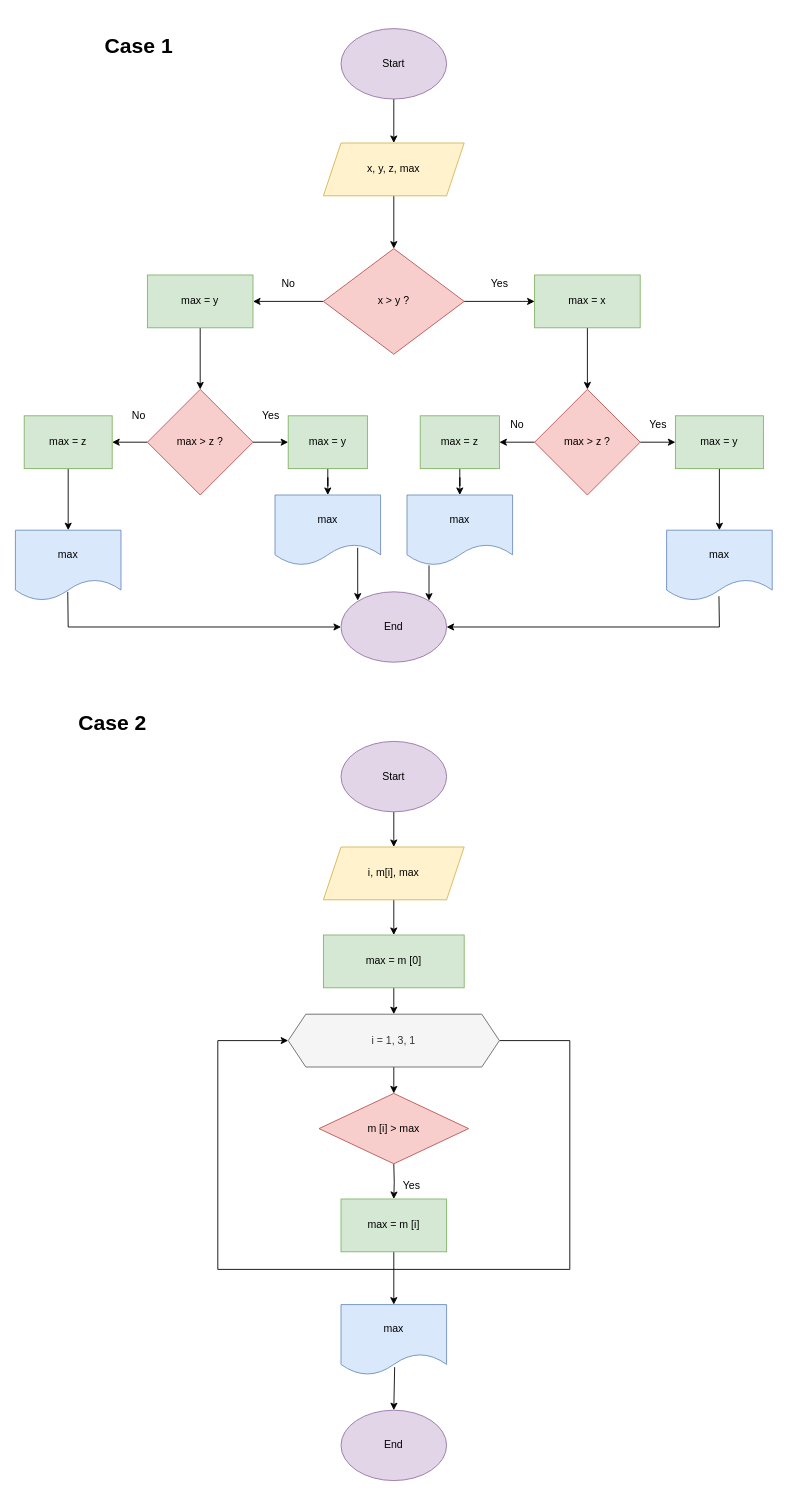
The draw.io diagram page "Page-4" (4 of 8) of Task 1.drawio in NigarMahmudova/Second_Homework, before the edit. Source tidied: cells renumbered, new cells numbered last; positions are measured from the earlier drawing's top-left corner, leaving out a move shared by most shapes. Both pictures are drawn from the tidied source at 88%, with x=0, y=0 at pixel (15, 15).
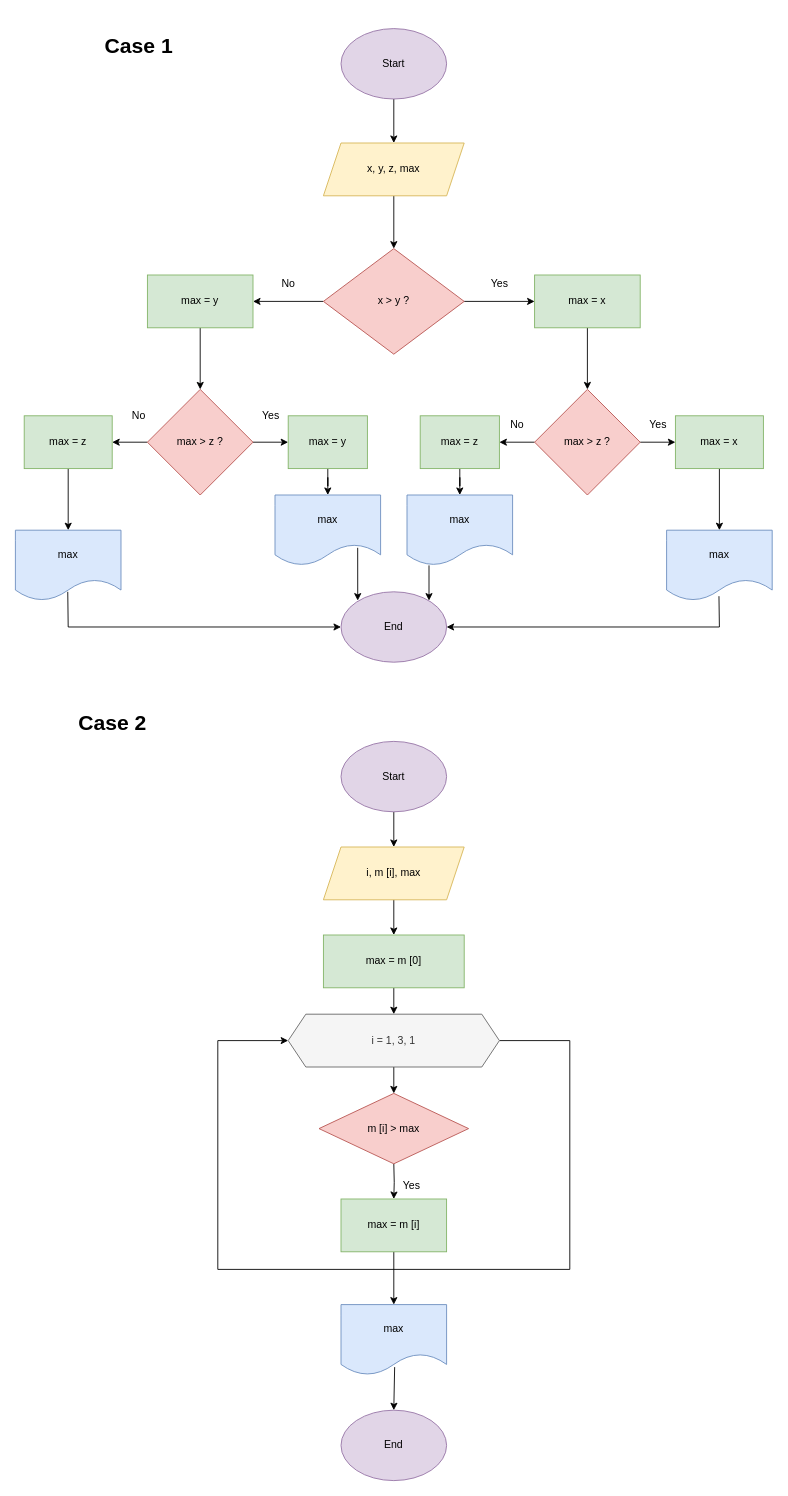
After the change.

Diff of the diagram source:
```diff
@@
-    <mxCell id="17" value="max = y" style="rounded=0;whiteSpace=wrap;html=1;fillColor=#d5e8d4;strokeColor=#82b366;" parent="1" vertex="1">
+    <mxCell id="17" value="max = x" style="rounded=0;whiteSpace=wrap;html=1;fillColor=#d5e8d4;strokeColor=#82b366;" parent="1" vertex="1">
       <mxGeometry x="750" y="455" width="100" height="60" as="geometry" />
     </mxCell>
@@
-    <mxCell id="45" value="i, m[i], max" style="shape=parallelogram;perimeter=parallelogramPerimeter;whiteSpace=wrap;html=1;fixedSize=1;fillColor=#fff2cc;strokeColor=#d6b656;" parent="1" vertex="1">
+    <mxCell id="45" value="i, m [i], max" style="shape=parallelogram;perimeter=parallelogramPerimeter;whiteSpace=wrap;html=1;fixedSize=1;fillColor=#fff2cc;strokeColor=#d6b656;" parent="1" vertex="1">
       <mxGeometry x="350" y="945" width="160" height="60" as="geometry" />
     </mxCell>
```
